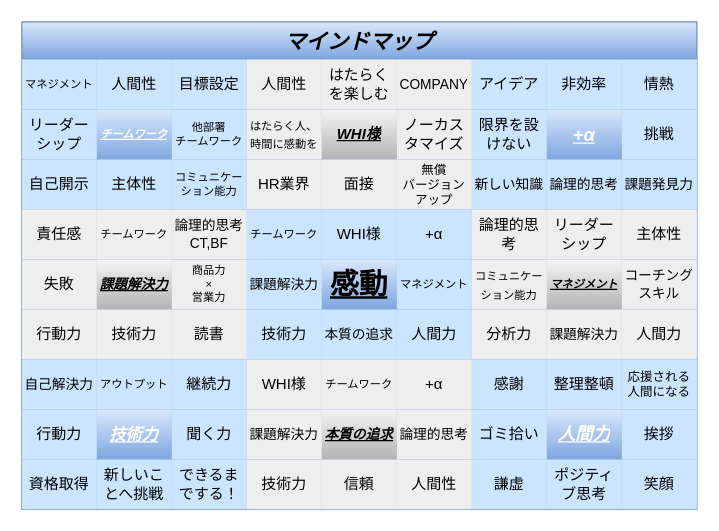
arakikeita/WHI keeps this draw.io diagram as test.dio. Above is the earlier version. Source tidied: cells renumbered, new cells numbered last; positions are measured from the earlier drawing's top-left corner, leaving out a move shared by most shapes. Both pictures are drawn from the tidied source at 125%, with x=0, y=0 at pixel (21, 21).
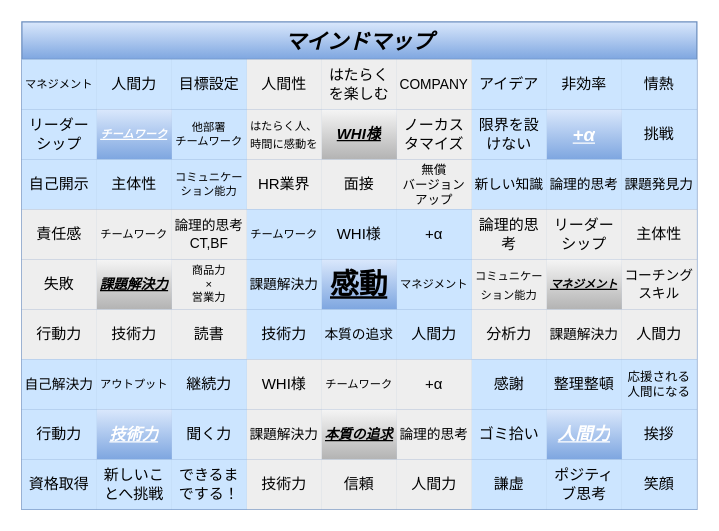
Above is the later version.

Unchanged cells that the change refers to:
```xml
<mxCell id="3" style="shape=tableRow;horizontal=0;startSize=0;swimlaneHead=0;swimlaneBody=0;top=0;left=0;bottom=0;right=0;fillColor=none;strokeColor=default;strokeWidth=1;" parent="2" vertex="1">
  <mxGeometry y="30" width="540" height="40" as="geometry" />
</mxCell>
<mxCell id="83" style="shape=tableRow;horizontal=0;startSize=0;swimlaneHead=0;swimlaneBody=0;top=0;left=0;bottom=0;right=0;fillColor=none;strokeColor=default;strokeWidth=1;" parent="2" vertex="1">
  <mxGeometry y="350" width="540" height="40" as="geometry" />
</mxCell>
```

What changed in the source:
```diff
@@
-    <mxCell id="5" value="人間性" style="shape=partialRectangle;html=1;whiteSpace=wrap;overflow=hidden;fillColor=#cce5ff;top=0;left=0;bottom=0;right=0;strokeColor=#36393d;strokeWidth=1;fontColor=#000000;" parent="3" vertex="1">
+    <mxCell id="5" value="人間力" style="shape=partialRectangle;html=1;whiteSpace=wrap;overflow=hidden;fillColor=#cce5ff;top=0;left=0;bottom=0;right=0;strokeColor=#36393d;strokeWidth=1;fontColor=#000000;" parent="3" vertex="1">
       <mxGeometry x="60" width="60" height="40" as="geometry" />
     </mxCell>
@@
-    <mxCell id="89" value="人間性" style="shape=partialRectangle;html=1;whiteSpace=wrap;overflow=hidden;fillColor=#eeeeee;top=0;left=0;bottom=0;right=0;strokeColor=#36393d;strokeWidth=1;fontColor=#000000;" parent="83" vertex="1">
+    <mxCell id="89" value="人間力" style="shape=partialRectangle;html=1;whiteSpace=wrap;overflow=hidden;fillColor=#eeeeee;top=0;left=0;bottom=0;right=0;strokeColor=#36393d;strokeWidth=1;fontColor=#000000;" parent="83" vertex="1">
       <mxGeometry x="300" width="60" height="40" as="geometry" />
     </mxCell>
```
